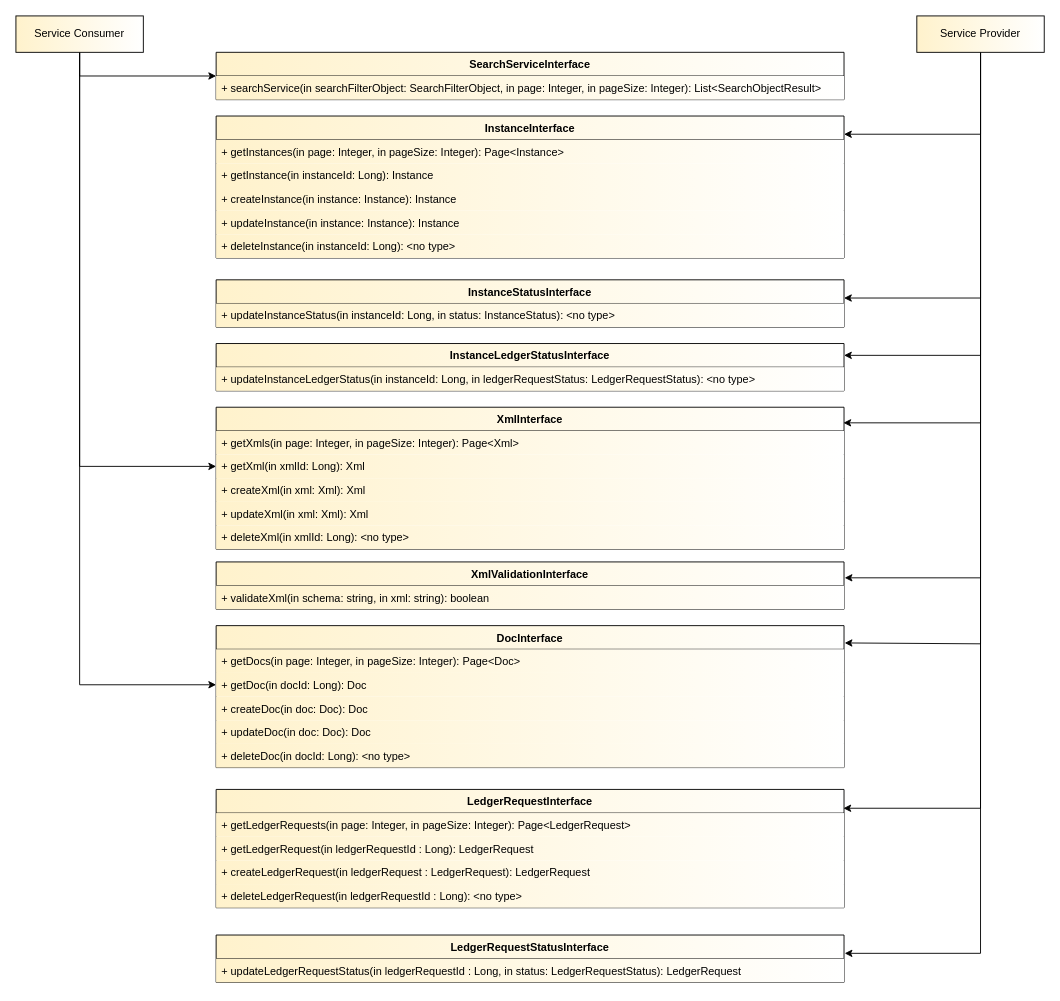
This is materials/src/interfacedefinitions.drawio from maritimeconnectivity/g1128-msr-service-specification, a draw.io file, before an edit. Source tidied: cells renumbered, new cells numbered last; positions are measured from the earlier drawing's top-left corner, leaving out a move shared by most shapes. Both pictures are drawn from the tidied source at 91%, with x=0, y=0 at pixel (15, 15).
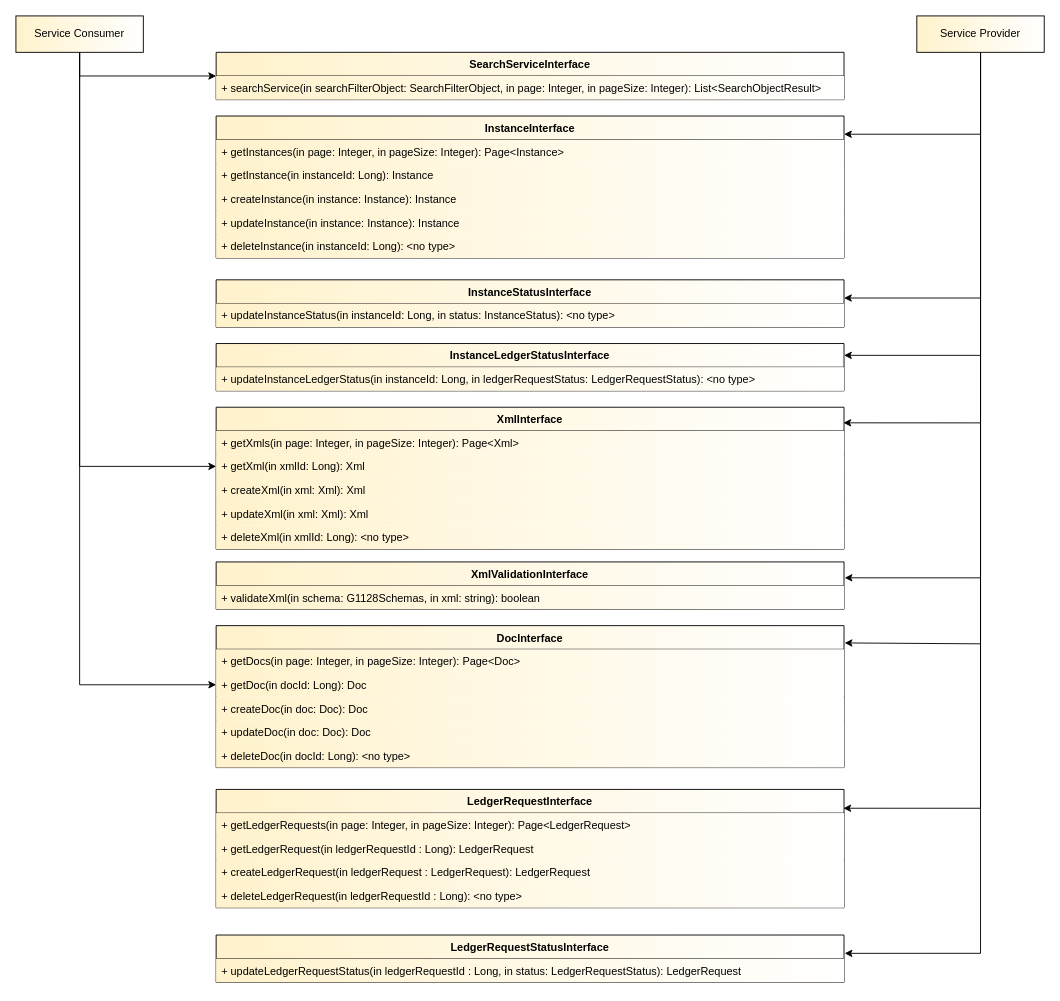
The same page after the edit.

Commit message (it also covers changes not shown here):
Adding the validateXml interface

Unchanged cells that the change refers to:
```xml
<mxCell id="46" value="XmlValidationInterface" style="swimlane;fontStyle=1;align=center;verticalAlign=top;horizontal=1;startSize=26;rounded=0;glass=0;fillColor=#fff2cc;gradientDirection=east;strokeColor=#000000;gradientColor=#ffffff;" parent="1" vertex="1">
  <mxGeometry x="220" y="600" width="690" height="52" as="geometry" />
</mxCell>
```

The edit, as a diff of the source:
```diff
@@
-    <mxCell id="47" value="+ validateXml(in schema: string, in xml: string): boolean&#10;&#10;" style="text;strokeColor=none;fillColor=#fff2cc;align=left;verticalAlign=top;spacingLeft=4;spacingRight=4;overflow=hidden;rounded=0;glass=0;gradientColor=#ffffff;gradientDirection=east;strokeWidth=1;" parent="46" vertex="1">
+    <mxCell id="47" value="+ validateXml(in schema: G1128Schemas, in xml: string): boolean&#10;&#10;" style="text;strokeColor=none;fillColor=#fff2cc;align=left;verticalAlign=top;spacingLeft=4;spacingRight=4;overflow=hidden;rounded=0;glass=0;gradientColor=#ffffff;gradientDirection=east;strokeWidth=1;" parent="46" vertex="1">
       <mxGeometry y="26" width="690" height="26" as="geometry" />
     </mxCell>
```
